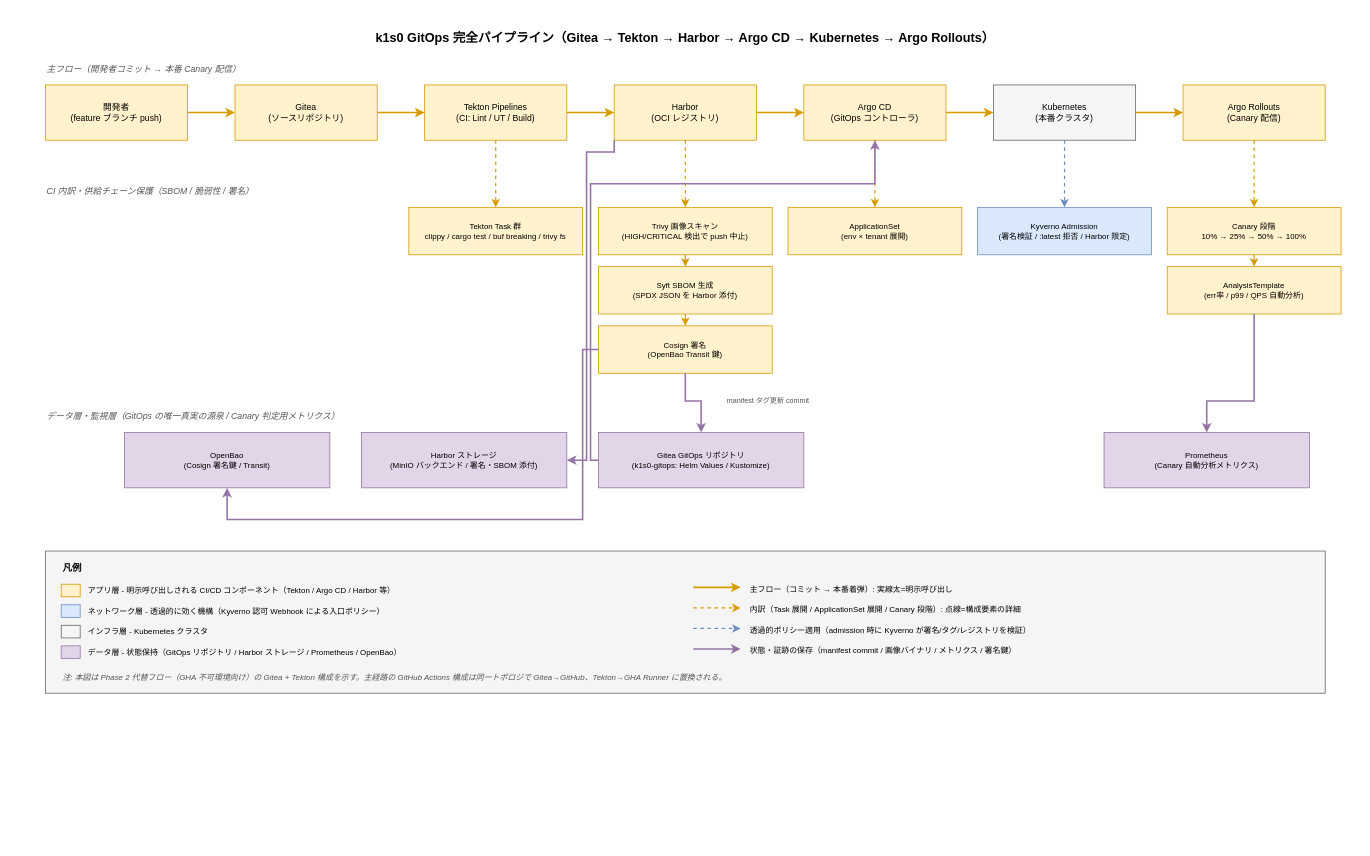
This is docs/04_概要設計/70_開発者体験方式設計/img/gitops_pipeline.drawio from RyuheiKiso/k1s0, a draw.io file, before an edit. Source tidied: cells renumbered, new cells numbered last; positions are measured from the earlier drawing's top-left corner, leaving out a move shared by most shapes. Both pictures are drawn from the tidied source at 79%, with x=0, y=0 at pixel (13, 13).
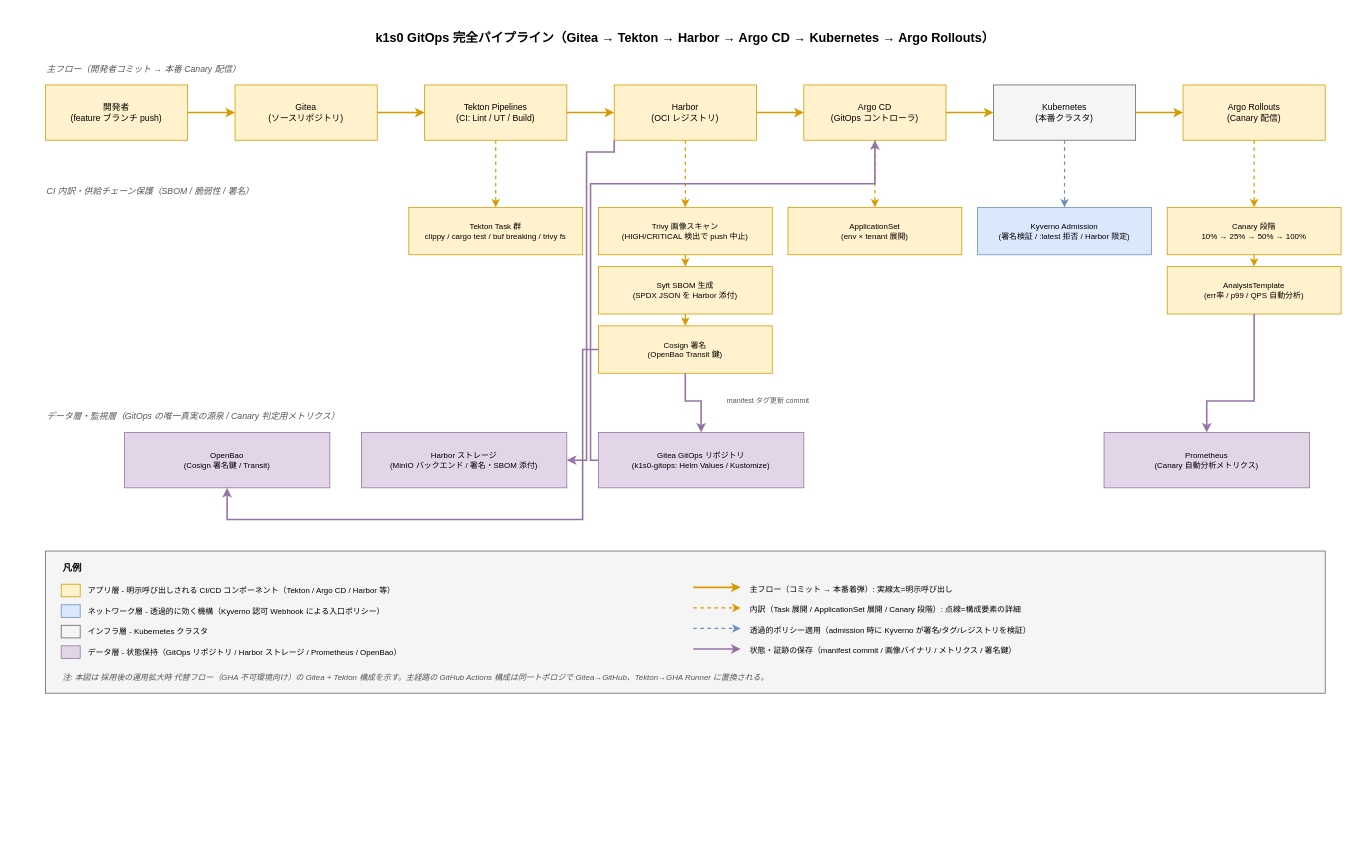
The same page after the edit.

Change to the diagram source:
```diff
@@
-    <mxCell id="64" value="注: 本図は Phase 2 代替フロー（GHA 不可環境向け）の Gitea + Tekton 構成を示す。主経路の GitHub Actions 構成は同一トポロジで Gitea→GitHub、Tekton→GHA Runner に置換される。" style="text;html=1;strokeColor=none;fillColor=none;align=left;verticalAlign=middle;whiteSpace=wrap;fontSize=10;fontStyle=2;fontColor=#555555;" parent="1" vertex="1">
+    <mxCell id="64" value="注: 本図は 採用後の運用拡大時 代替フロー（GHA 不可環境向け）の Gitea + Tekton 構成を示す。主経路の GitHub Actions 構成は同一トポロジで Gitea→GitHub、Tekton→GHA Runner に置換される。" style="text;html=1;strokeColor=none;fillColor=none;align=left;verticalAlign=middle;whiteSpace=wrap;fontSize=10;fontStyle=2;fontColor=#555555;" parent="1" vertex="1">
       <mxGeometry x="60" y="828" width="1580" height="24" as="geometry" />
     </mxCell>
```
